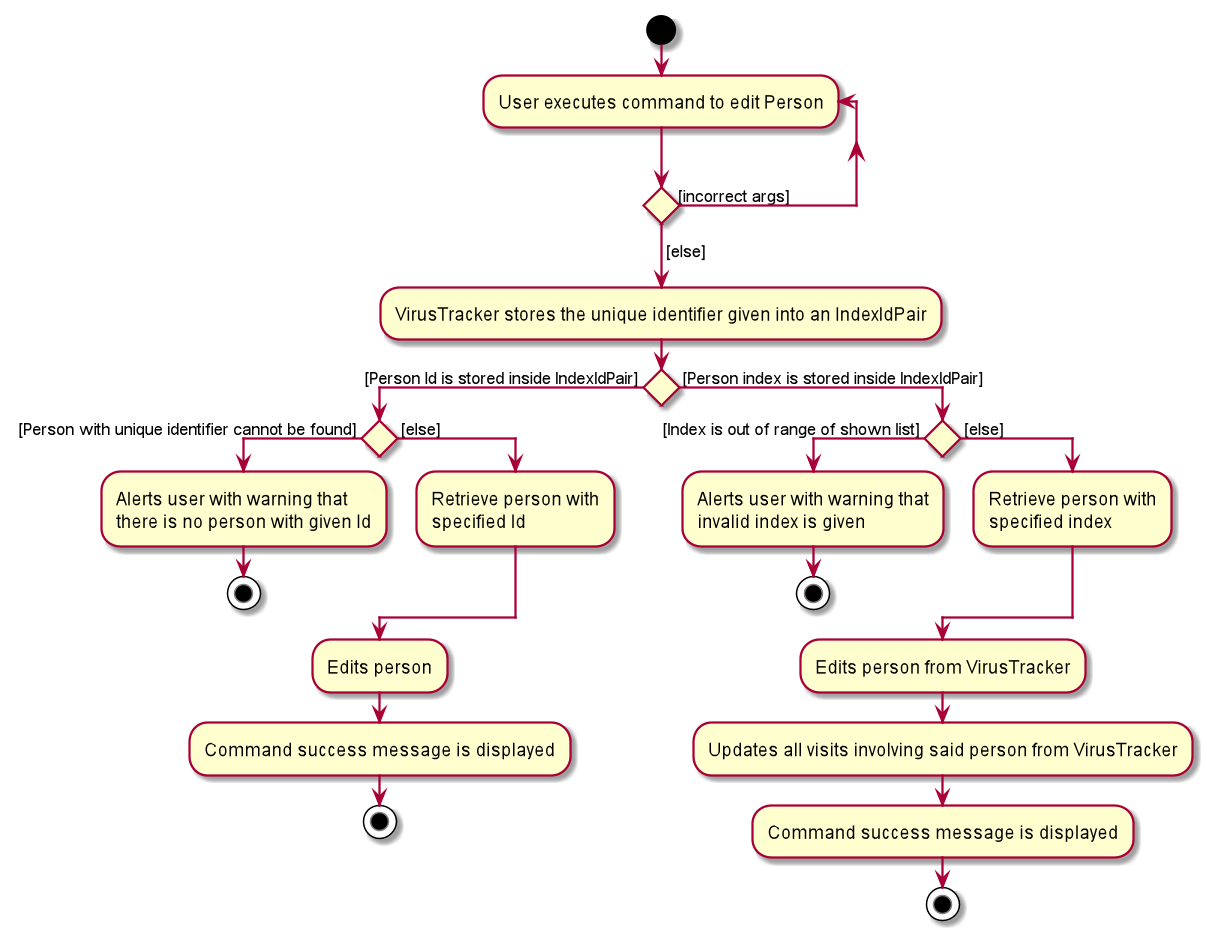
Above: docs/images/EditPersonUniqueIdentifiersActivityDiagram.png in siangernlow/tp (PlantUML), before the change.
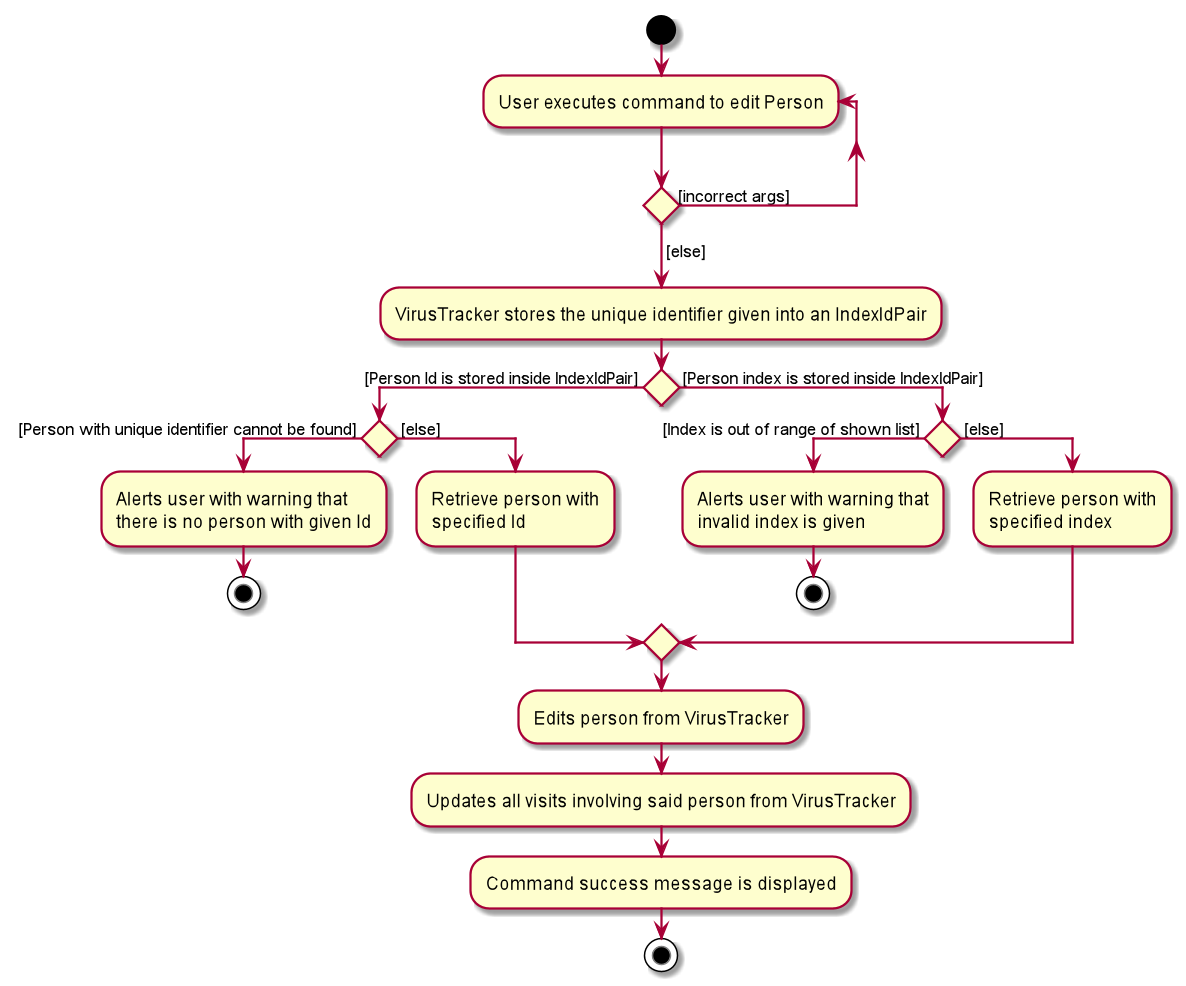
After the change.

The edit, as a diff of the source:
```diff
@@ -17,9 +17,6 @@
         :Retrieve person with
         specified Id;
     endif
-    :Edits person;
-    :Command success message is displayed;
-    stop
 else ( [Person index is stored inside IndexIdPair])
    if () then ( [Index is out of range of shown list] )
        :Alerts user with warning that
@@ -28,6 +25,7 @@
    else ( [else] )
        :Retrieve person with
        specified index;
+   endif
 endif
 
 :Edits person from VirusTracker;
```
